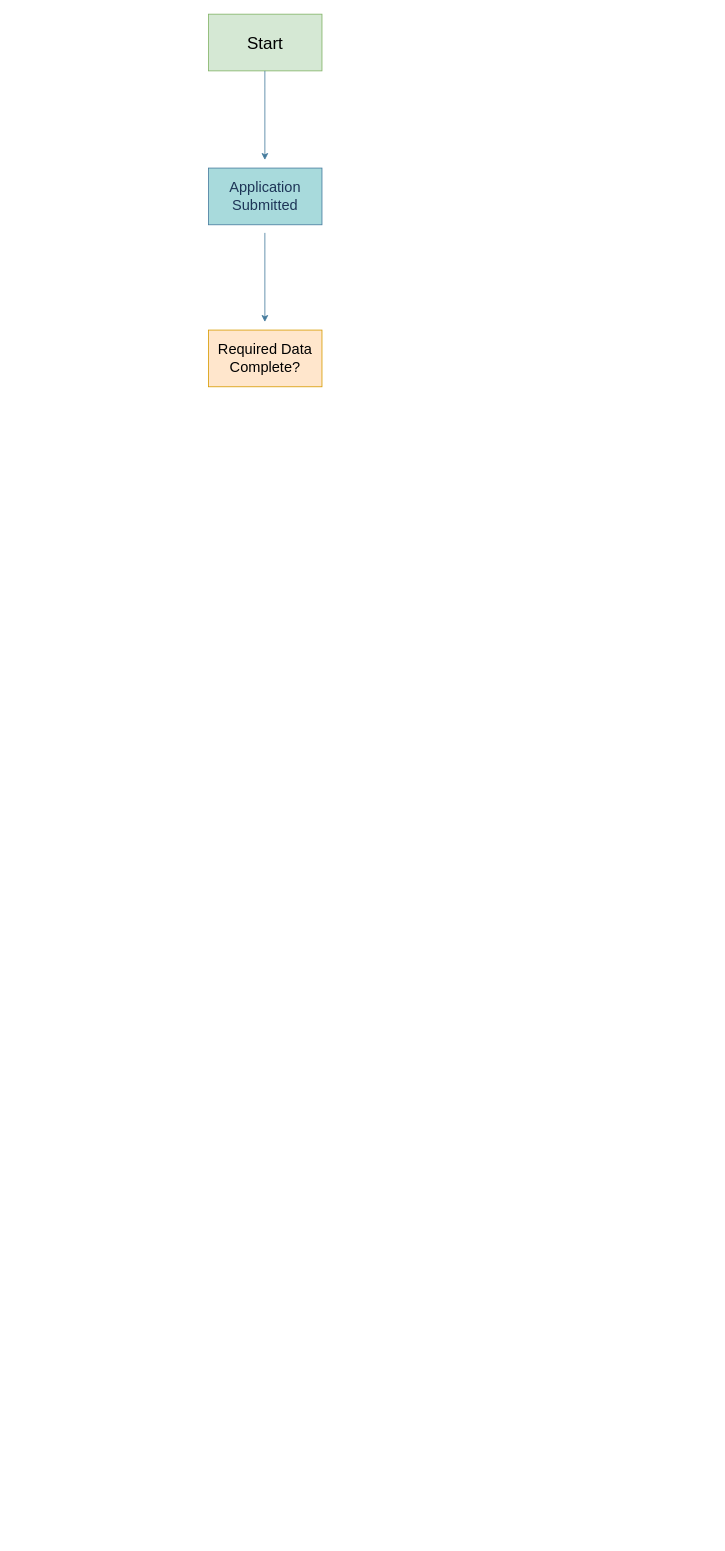
Before: Homelend AI Documents/Homelend AI Underwriting Decision Tree - Phase 0.drawio in Camleader/Homelend-AI, a draw.io diagram. Source tidied: cells renumbered, new cells numbered last; positions are measured from the earlier drawing's top-left corner, leaving out a move shared by most shapes. Both pictures are drawn from the tidied source at 81%, with x=0, y=0 at pixel (208, 14).
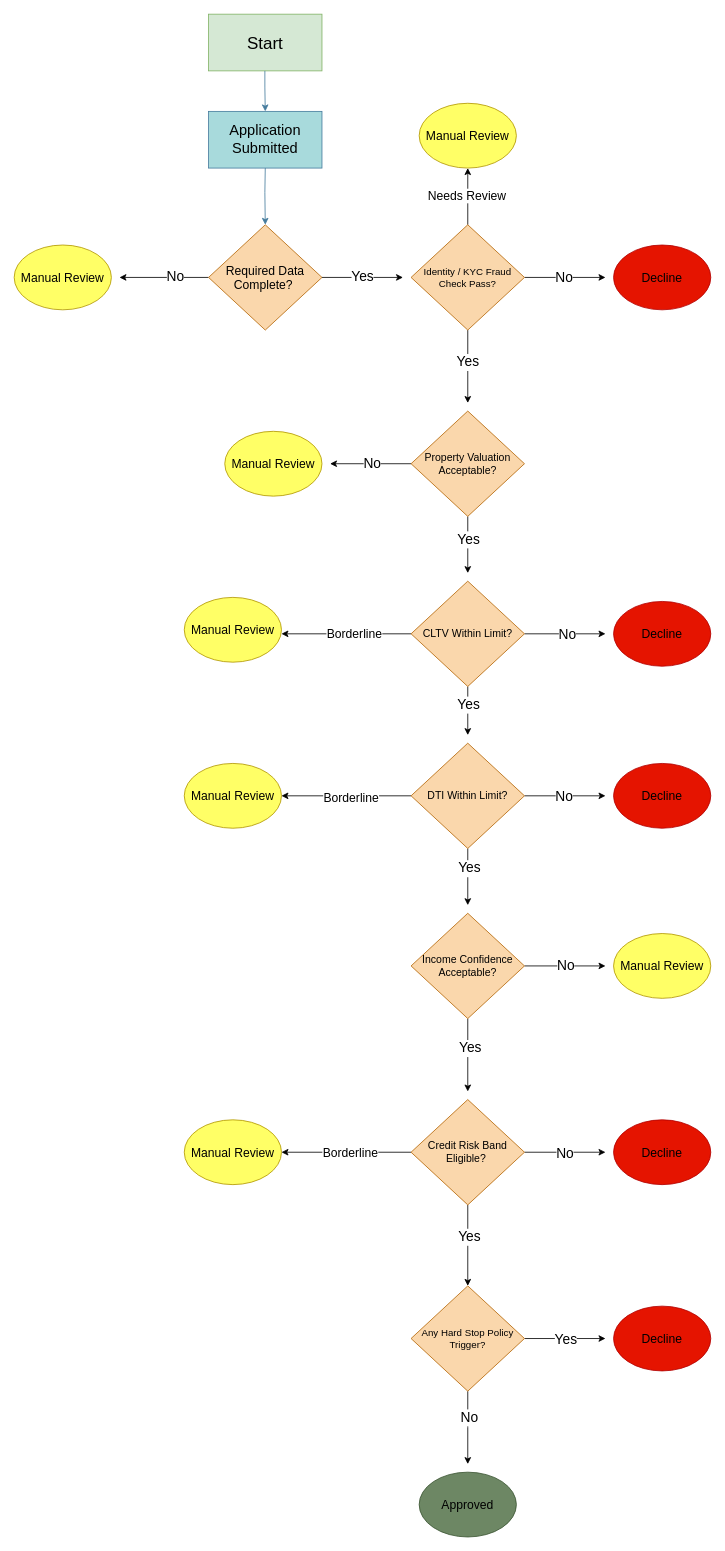
The same page after the edit.

Diff of the diagram source:
```diff
@@
     <mxCell id="3" style="endArrow=classic;html=1;rounded=0;strokeColor=#457B9D;fontColor=#1D3557;fillColor=#A8DADC;" parent="1" edge="1">
       <mxGeometry relative="1" as="geometry">
         <mxPoint x="69.5" y="70" as="sourcePoint" />
-        <mxPoint x="69.5" y="180" as="targetPoint" />
+        <mxPoint x="70" y="120" as="targetPoint" />
         <Array as="points">
           <mxPoint x="69.5" y="90" />
         </Array>
       </mxGeometry>
     </mxCell>
-    <mxCell id="4" value="&lt;font style=&quot;font-size: 18px;&quot;&gt;Application Submitted&lt;/font&gt;" style="rounded=0;whiteSpace=wrap;html=1;labelBackgroundColor=none;fillColor=#A8DADC;strokeColor=#457B9D;fontColor=#1D3557;" parent="1" vertex="1">
-      <mxGeometry y="190" width="140" height="70" as="geometry" />
+    <mxCell id="4" value="&lt;font style=&quot;font-size: 18px; color: rgb(0, 0, 0);&quot;&gt;Application Submitted&lt;/font&gt;" style="rounded=0;whiteSpace=wrap;html=1;labelBackgroundColor=none;fillColor=#A8DADC;strokeColor=#457B9D;fontColor=#1D3557;" parent="1" vertex="1">
+      <mxGeometry y="120" width="140" height="70" as="geometry" />
     </mxCell>
-    <mxCell id="5" style="endArrow=classic;html=1;rounded=0;strokeColor=#457B9D;fontColor=#1D3557;fillColor=#A8DADC;" parent="1" edge="1">
+    <mxCell id="5" style="endArrow=classic;html=1;rounded=0;strokeColor=#457B9D;fontColor=#1D3557;fillColor=#A8DADC;exitX=0.5;exitY=1;exitDx=0;exitDy=0;" parent="1" edge="1" source="4">
       <mxGeometry relative="1" as="geometry">
-        <mxPoint x="69.5" y="270" as="sourcePoint" />
-        <mxPoint x="69.5" y="380" as="targetPoint" />
+        <mxPoint x="70" y="260" as="targetPoint" />
         <Array as="points">
-          <mxPoint x="69.5" y="290" />
+          <mxPoint x="69.5" y="220" />
         </Array>
       </mxGeometry>
     </mxCell>
+    <mxCell id="7" value="&lt;font style=&quot;font-size: 17px;&quot;&gt;No&lt;/font&gt;" style="edgeStyle=orthogonalEdgeStyle;rounded=0;jettySize=auto;html=1;exitX=0;exitY=0.5;exitDx=0;exitDy=0;startSize=14;" parent="1" edge="1" source="6">
+      <mxGeometry x="-0.25" relative="1" as="geometry">
+        <mxPoint x="-110" y="325" as="targetPoint" />
+        <Array as="points">
+          <mxPoint x="-50" y="325" />
+          <mxPoint x="-50" y="325" />
+        </Array>
+      </mxGeometry>
+    </mxCell>
+    <mxCell id="8" value="&lt;font style=&quot;font-size: 17px;&quot;&gt;Yes&lt;/font&gt;" style="edgeStyle=orthogonalEdgeStyle;rounded=0;jettySize=auto;html=1;exitX=1;exitY=0.5;exitDx=0;exitDy=0;" parent="1" edge="1" source="6">
+      <mxGeometry relative="1" as="geometry">
+        <mxPoint x="240" y="325" as="targetPoint" />
+      </mxGeometry>
+    </mxCell>
-    <mxCell id="6" value="&lt;font style=&quot;font-size: 18px;&quot;&gt;Required Data Complete?&lt;/font&gt;" style="rounded=0;whiteSpace=wrap;html=1;labelBackgroundColor=none;fillColor=#ffe6cc;strokeColor=#d79b00;labelBorderColor=none;textShadow=0;" parent="1" vertex="1">
-      <mxGeometry y="390" width="140" height="70" as="geometry" />
+    <mxCell id="6" value="&lt;font style=&quot;font-size: 15px;&quot;&gt;Required Data Complete?&amp;nbsp;&lt;/font&gt;" style="rhombus;whiteSpace=wrap;html=1;fillColor=#fad7ac;strokeColor=#b46504;" parent="1" vertex="1">
+      <mxGeometry y="260" width="140" height="130" as="geometry" />
     </mxCell>
+    <mxCell id="9" value="&lt;font style=&quot;color: rgb(0, 0, 0); font-size: 15px;&quot;&gt;Manual Review&lt;/font&gt;" style="ellipse;whiteSpace=wrap;html=1;fillColor=#FFFF66;strokeColor=#B09500;fontColor=#000000;" parent="1" vertex="1">
+      <mxGeometry x="-240" y="285" width="120" height="80" as="geometry" />
+    </mxCell>
+    <mxCell id="10" style="edgeStyle=orthogonalEdgeStyle;rounded=0;jettySize=auto;html=1;exitX=1;exitY=0.5;exitDx=0;exitDy=0;" parent="1" edge="1" source="16">
+      <mxGeometry relative="1" as="geometry">
+        <mxPoint x="490" y="325" as="targetPoint" />
+      </mxGeometry>
+    </mxCell>
+    <mxCell id="11" value="&lt;font style=&quot;font-size: 17px;&quot;&gt;No&lt;/font&gt;" style="edgeLabel;html=1;align=center;verticalAlign=middle;" parent="10" vertex="1">
+      <mxGeometry x="-0.04" relative="1" as="geometry" />
+    </mxCell>
+    <mxCell id="12" style="edgeStyle=orthogonalEdgeStyle;rounded=0;jettySize=auto;html=1;" parent="1" edge="1" source="16">
+      <mxGeometry relative="1" as="geometry">
+        <mxPoint x="320" y="190" as="targetPoint" />
+      </mxGeometry>
+    </mxCell>
+    <mxCell id="13" value="&lt;font style=&quot;font-size: 15px;&quot;&gt;Needs Review&lt;/font&gt;" style="edgeLabel;html=1;align=center;verticalAlign=middle;" parent="12" vertex="1">
+      <mxGeometry x="0.05" y="2" relative="1" as="geometry" />
+    </mxCell>
+    <mxCell id="14" style="edgeStyle=orthogonalEdgeStyle;rounded=0;jettySize=auto;html=1;exitX=0.5;exitY=1;exitDx=0;exitDy=0;" parent="1" edge="1" source="16">
+      <mxGeometry relative="1" as="geometry">
+        <mxPoint x="320" y="480" as="targetPoint" />
+      </mxGeometry>
+    </mxCell>
+    <mxCell id="15" value="&lt;font style=&quot;font-size: 17px;&quot;&gt;Yes&lt;/font&gt;" style="edgeLabel;html=1;align=center;verticalAlign=middle;" parent="14" vertex="1">
+      <mxGeometry x="-0.14" y="-1" relative="1" as="geometry" />
+    </mxCell>
+    <mxCell id="16" value="&lt;font&gt;Identity / KYC Fraud Check Pass?&lt;/font&gt;" style="rhombus;whiteSpace=wrap;html=1;fillColor=#fad7ac;strokeColor=#b46504;" parent="1" vertex="1">
+      <mxGeometry x="250" y="260" width="140" height="130" as="geometry" />
+    </mxCell>
+    <mxCell id="17" value="&lt;font style=&quot;color: rgb(0, 0, 0); font-size: 15px;&quot;&gt;Decline&lt;/font&gt;" style="ellipse;whiteSpace=wrap;html=1;fillColor=#e51400;strokeColor=#B20000;fontColor=#ffffff;" parent="1" vertex="1">
+      <mxGeometry x="500" y="285" width="120" height="80" as="geometry" />
+    </mxCell>
+    <mxCell id="18" value="&lt;font style=&quot;color: rgb(0, 0, 0); font-size: 15px;&quot;&gt;Manual Review&lt;/font&gt;" style="ellipse;whiteSpace=wrap;html=1;fillColor=#FFFF66;strokeColor=#B09500;fontColor=#000000;" parent="1" vertex="1">
+      <mxGeometry x="260" y="110" width="120" height="80" as="geometry" />
+    </mxCell>
+    <mxCell id="19" style="edgeStyle=orthogonalEdgeStyle;rounded=0;jettySize=auto;html=1;" parent="1" edge="1" source="23">
+      <mxGeometry relative="1" as="geometry">
+        <mxPoint x="150" y="555" as="targetPoint" />
+      </mxGeometry>
+    </mxCell>
+    <mxCell id="20" value="&lt;font style=&quot;font-size: 17px;&quot;&gt;No&lt;/font&gt;" style="edgeLabel;html=1;align=center;verticalAlign=middle;" parent="19" vertex="1">
+      <mxGeometry x="-0.02" y="2" relative="1" as="geometry">
+        <mxPoint y="-2" as="offset" />
+      </mxGeometry>
+    </mxCell>
+    <mxCell id="21" style="edgeStyle=orthogonalEdgeStyle;rounded=0;jettySize=auto;html=1;" parent="1" edge="1" source="23">
+      <mxGeometry relative="1" as="geometry">
+        <mxPoint x="320" y="690" as="targetPoint" />
+      </mxGeometry>
+    </mxCell>
+    <mxCell id="22" value="&lt;font style=&quot;font-size: 17px;&quot;&gt;Yes&lt;/font&gt;" style="edgeLabel;html=1;align=center;verticalAlign=middle;" parent="21" vertex="1">
+      <mxGeometry x="-0.2" relative="1" as="geometry" />
+    </mxCell>
+    <mxCell id="23" value="&lt;font style=&quot;font-size: 13px;&quot;&gt;Property Valuation Acceptable?&lt;/font&gt;" style="rhombus;whiteSpace=wrap;html=1;fillColor=#fad7ac;strokeColor=#b46504;" parent="1" vertex="1">
+      <mxGeometry x="250" y="490" width="140" height="130" as="geometry" />
+    </mxCell>
+    <mxCell id="24" value="&lt;font style=&quot;color: rgb(0, 0, 0); font-size: 15px;&quot;&gt;Manual Review&lt;/font&gt;" style="ellipse;whiteSpace=wrap;html=1;fillColor=#FFFF66;strokeColor=#B09500;fontColor=#000000;" parent="1" vertex="1">
+      <mxGeometry x="20" y="515" width="120" height="80" as="geometry" />
+    </mxCell>
+    <mxCell id="25" style="edgeStyle=orthogonalEdgeStyle;rounded=0;jettySize=auto;html=1;exitX=1;exitY=0.5;exitDx=0;exitDy=0;" parent="1" edge="1" source="31">
+      <mxGeometry relative="1" as="geometry">
+        <mxPoint x="490" y="765" as="targetPoint" />
+      </mxGeometry>
+    </mxCell>
+    <mxCell id="26" value="&lt;font style=&quot;font-size: 17px;&quot;&gt;No&lt;/font&gt;" style="edgeLabel;html=1;align=center;verticalAlign=middle;" parent="25" vertex="1">
+      <mxGeometry x="0.06" y="-1" relative="1" as="geometry" />
+    </mxCell>
+    <mxCell id="27" style="edgeStyle=orthogonalEdgeStyle;rounded=0;jettySize=auto;html=1;" parent="1" edge="1" source="31">
+      <mxGeometry relative="1" as="geometry">
+        <mxPoint x="90" y="765" as="targetPoint" />
+      </mxGeometry>
+    </mxCell>
+    <mxCell id="28" value="&lt;font style=&quot;font-size: 15px;&quot;&gt;Borderline&lt;/font&gt;" style="edgeLabel;html=1;align=center;verticalAlign=middle;" parent="27" vertex="1">
+      <mxGeometry x="-0.12" y="-1" relative="1" as="geometry" />
+    </mxCell>
+    <mxCell id="29" style="edgeStyle=orthogonalEdgeStyle;rounded=0;jettySize=auto;html=1;" parent="1" edge="1" source="31">
+      <mxGeometry relative="1" as="geometry">
+        <mxPoint x="320" y="890" as="targetPoint" />
+      </mxGeometry>
+    </mxCell>
+    <mxCell id="30" value="&lt;font style=&quot;font-size: 17px;&quot;&gt;Yes&lt;/font&gt;" style="edgeLabel;html=1;align=center;verticalAlign=middle;" parent="29" vertex="1">
+      <mxGeometry x="-0.27" relative="1" as="geometry" />
+    </mxCell>
+    <mxCell id="31" value="&lt;font style=&quot;font-size: 13px;&quot;&gt;CLTV Within Limit?&lt;/font&gt;" style="rhombus;whiteSpace=wrap;html=1;fillColor=#fad7ac;strokeColor=#b46504;" parent="1" vertex="1">
+      <mxGeometry x="250" y="700" width="140" height="130" as="geometry" />
+    </mxCell>
+    <mxCell id="32" value="&lt;font style=&quot;color: rgb(0, 0, 0); font-size: 15px;&quot;&gt;Decline&lt;/font&gt;" style="ellipse;whiteSpace=wrap;html=1;fillColor=#e51400;strokeColor=#B20000;fontColor=#ffffff;" parent="1" vertex="1">
+      <mxGeometry x="500" y="725" width="120" height="80" as="geometry" />
+    </mxCell>
+    <mxCell id="33" value="&lt;font style=&quot;color: rgb(0, 0, 0); font-size: 15px;&quot;&gt;Manual Review&lt;/font&gt;" style="ellipse;whiteSpace=wrap;html=1;fillColor=#FFFF66;strokeColor=#B09500;fontColor=#000000;" parent="1" vertex="1">
+      <mxGeometry x="-30" y="720" width="120" height="80" as="geometry" />
+    </mxCell>
+    <mxCell id="34" style="edgeStyle=orthogonalEdgeStyle;rounded=0;jettySize=auto;html=1;exitX=1;exitY=0.5;exitDx=0;exitDy=0;" parent="1" edge="1" source="40">
+      <mxGeometry relative="1" as="geometry">
+        <mxPoint x="490" y="965" as="targetPoint" />
+      </mxGeometry>
+    </mxCell>
+    <mxCell id="35" value="&lt;font style=&quot;font-size: 17px;&quot;&gt;No&lt;/font&gt;" style="edgeLabel;html=1;align=center;verticalAlign=middle;" parent="34" vertex="1">
+      <mxGeometry x="-0.04" y="-1" relative="1" as="geometry" />
+    </mxCell>
+    <mxCell id="36" style="edgeStyle=orthogonalEdgeStyle;rounded=0;jettySize=auto;html=1;exitX=0;exitY=0.5;exitDx=0;exitDy=0;" parent="1" edge="1" source="40">
+      <mxGeometry relative="1" as="geometry">
+        <mxPoint x="90" y="965" as="targetPoint" />
+      </mxGeometry>
+    </mxCell>
+    <mxCell id="37" value="&lt;font style=&quot;font-size: 15px;&quot;&gt;Borderline&lt;/font&gt;" style="edgeLabel;html=1;align=center;verticalAlign=middle;" parent="36" vertex="1">
+      <mxGeometry x="-0.07" y="1" relative="1" as="geometry" />
+    </mxCell>
+    <mxCell id="38" style="edgeStyle=orthogonalEdgeStyle;rounded=0;jettySize=auto;html=1;exitX=0.5;exitY=1;exitDx=0;exitDy=0;" parent="1" edge="1" source="40">
+      <mxGeometry relative="1" as="geometry">
+        <mxPoint x="320" y="1100" as="targetPoint" />
+      </mxGeometry>
+    </mxCell>
+    <mxCell id="39" value="&lt;font style=&quot;font-size: 17px;&quot;&gt;Yes&lt;/font&gt;" style="edgeLabel;html=1;align=center;verticalAlign=middle;" parent="38" vertex="1">
+      <mxGeometry x="-0.32" y="1" relative="1" as="geometry" />
+    </mxCell>
+    <mxCell id="40" value="&lt;font style=&quot;font-size: 13px;&quot;&gt;DTI Within Limit?&lt;/font&gt;" style="rhombus;whiteSpace=wrap;html=1;fillColor=#fad7ac;strokeColor=#b46504;" parent="1" vertex="1">
+      <mxGeometry x="250" y="900" width="140" height="130" as="geometry" />
+    </mxCell>
+    <mxCell id="41" value="&lt;font style=&quot;color: rgb(0, 0, 0); font-size: 15px;&quot;&gt;Decline&lt;/font&gt;" style="ellipse;whiteSpace=wrap;html=1;fillColor=#e51400;strokeColor=#B20000;fontColor=#ffffff;" parent="1" vertex="1">
+      <mxGeometry x="500" y="925" width="120" height="80" as="geometry" />
+    </mxCell>
+    <mxCell id="42" value="&lt;font style=&quot;color: rgb(0, 0, 0); font-size: 15px;&quot;&gt;Manual Review&lt;/font&gt;" style="ellipse;whiteSpace=wrap;html=1;fillColor=#FFFF66;strokeColor=#B09500;fontColor=#000000;" parent="1" vertex="1">
+      <mxGeometry x="-30" y="925" width="120" height="80" as="geometry" />
+    </mxCell>
+    <mxCell id="43" style="edgeStyle=orthogonalEdgeStyle;rounded=0;jettySize=auto;html=1;exitX=1;exitY=0.5;exitDx=0;exitDy=0;" parent="1" edge="1" source="47">
+      <mxGeometry relative="1" as="geometry">
+        <mxPoint x="490" y="1175" as="targetPoint" />
+      </mxGeometry>
+    </mxCell>
+    <mxCell id="44" value="&lt;font style=&quot;font-size: 17px;&quot;&gt;No&lt;/font&gt;" style="edgeLabel;html=1;align=center;verticalAlign=middle;" parent="43" vertex="1">
+      <mxGeometry relative="1" as="geometry" />
+    </mxCell>
+    <mxCell id="45" style="edgeStyle=orthogonalEdgeStyle;rounded=0;jettySize=auto;html=1;exitX=0.5;exitY=1;exitDx=0;exitDy=0;" parent="1" edge="1" source="47">
+      <mxGeometry relative="1" as="geometry">
+        <mxPoint x="320" y="1330" as="targetPoint" />
+      </mxGeometry>
+    </mxCell>
+    <mxCell id="46" value="&lt;font style=&quot;font-size: 17px;&quot;&gt;Yes&lt;/font&gt;" style="edgeLabel;html=1;align=center;verticalAlign=middle;" parent="45" vertex="1">
+      <mxGeometry x="-0.2" y="2" relative="1" as="geometry" />
+    </mxCell>
+    <mxCell id="47" value="&lt;span style=&quot;font-size: 13px;&quot;&gt;Income Confidence Acceptable?&lt;/span&gt;" style="rhombus;whiteSpace=wrap;html=1;fillColor=#fad7ac;strokeColor=#b46504;" parent="1" vertex="1">
+      <mxGeometry x="250" y="1110" width="140" height="130" as="geometry" />
+    </mxCell>
+    <mxCell id="48" value="&lt;font style=&quot;color: rgb(0, 0, 0); font-size: 15px;&quot;&gt;Manual Review&lt;/font&gt;" style="ellipse;whiteSpace=wrap;html=1;fillColor=#FFFF66;strokeColor=#B09500;fontColor=#000000;" parent="1" vertex="1">
+      <mxGeometry x="500" y="1135" width="120" height="80" as="geometry" />
+    </mxCell>
+    <mxCell id="49" style="edgeStyle=orthogonalEdgeStyle;rounded=0;jettySize=auto;html=1;exitX=1;exitY=0.5;exitDx=0;exitDy=0;" parent="1" edge="1" source="55">
+      <mxGeometry relative="1" as="geometry">
+        <mxPoint x="490" y="1405" as="targetPoint" />
+      </mxGeometry>
+    </mxCell>
+    <mxCell id="50" value="&lt;font style=&quot;font-size: 17px;&quot;&gt;No&lt;/font&gt;" style="edgeLabel;html=1;align=center;verticalAlign=middle;" parent="49" vertex="1">
+      <mxGeometry x="-0.02" y="-2" relative="1" as="geometry" />
+    </mxCell>
+    <mxCell id="51" style="edgeStyle=orthogonalEdgeStyle;rounded=0;jettySize=auto;html=1;exitX=0;exitY=0.5;exitDx=0;exitDy=0;" parent="1" edge="1" source="55">
+      <mxGeometry relative="1" as="geometry">
+        <mxPoint x="90" y="1405" as="targetPoint" />
+      </mxGeometry>
+    </mxCell>
+    <mxCell id="52" value="&lt;font style=&quot;font-size: 15px;&quot;&gt;Borderline&lt;/font&gt;" style="edgeLabel;html=1;align=center;verticalAlign=middle;" parent="51" vertex="1">
+      <mxGeometry x="-0.05" relative="1" as="geometry" />
+    </mxCell>
+    <mxCell id="53" style="edgeStyle=orthogonalEdgeStyle;rounded=0;jettySize=auto;html=1;exitX=0.5;exitY=1;exitDx=0;exitDy=0;entryX=0.5;entryY=0;entryDx=0;entryDy=0;" parent="1" edge="1" source="55" target="62">
+      <mxGeometry relative="1" as="geometry" />
+    </mxCell>
+    <mxCell id="54" value="&lt;font style=&quot;font-size: 17px;&quot;&gt;Yes&lt;/font&gt;" style="edgeLabel;html=1;align=center;verticalAlign=middle;" parent="53" vertex="1">
+      <mxGeometry x="-0.23" y="1" relative="1" as="geometry" />
+    </mxCell>
+    <mxCell id="55" value="&lt;span style=&quot;font-size: 13px;&quot;&gt;Credit Risk Band Eligible?&amp;nbsp;&lt;/span&gt;" style="rhombus;whiteSpace=wrap;html=1;fillColor=#fad7ac;strokeColor=#b46504;" parent="1" vertex="1">
+      <mxGeometry x="250" y="1340" width="140" height="130" as="geometry" />
+    </mxCell>
+    <mxCell id="56" value="&lt;font style=&quot;color: rgb(0, 0, 0); font-size: 15px;&quot;&gt;Decline&lt;/font&gt;" style="ellipse;whiteSpace=wrap;html=1;fillColor=#e51400;strokeColor=#B20000;fontColor=#ffffff;" parent="1" vertex="1">
+      <mxGeometry x="500" y="1365" width="120" height="80" as="geometry" />
+    </mxCell>
+    <mxCell id="57" value="&lt;font style=&quot;color: rgb(0, 0, 0); font-size: 15px;&quot;&gt;Manual Review&lt;/font&gt;" style="ellipse;whiteSpace=wrap;html=1;fillColor=#FFFF66;strokeColor=#B09500;fontColor=#000000;" parent="1" vertex="1">
+      <mxGeometry x="-30" y="1365" width="120" height="80" as="geometry" />
+    </mxCell>
+    <mxCell id="58" style="edgeStyle=orthogonalEdgeStyle;rounded=0;jettySize=auto;html=1;exitX=1;exitY=0.5;exitDx=0;exitDy=0;" parent="1" edge="1" source="62">
+      <mxGeometry relative="1" as="geometry">
+        <mxPoint x="490" y="1635" as="targetPoint" />
+      </mxGeometry>
+    </mxCell>
+    <mxCell id="59" value="&lt;font style=&quot;font-size: 17px;&quot;&gt;Yes&lt;/font&gt;" style="edgeLabel;html=1;align=center;verticalAlign=middle;" parent="58" vertex="1">
+      <mxGeometry x="0.02" y="-1" relative="1" as="geometry" />
+    </mxCell>
+    <mxCell id="60" style="edgeStyle=orthogonalEdgeStyle;rounded=0;jettySize=auto;html=1;exitX=0.5;exitY=1;exitDx=0;exitDy=0;" parent="1" edge="1" source="62">
+      <mxGeometry relative="1" as="geometry">
+        <mxPoint x="320" y="1790" as="targetPoint" />
+      </mxGeometry>
+    </mxCell>
+    <mxCell id="61" value="&lt;font style=&quot;font-size: 17px;&quot;&gt;No&lt;/font&gt;" style="edgeLabel;html=1;align=center;verticalAlign=middle;" parent="60" vertex="1">
+      <mxGeometry x="-0.29" y="1" relative="1" as="geometry" />
+    </mxCell>
+    <mxCell id="62" value="&lt;font&gt;Any Hard Stop Policy Trigger?&lt;/font&gt;" style="rhombus;whiteSpace=wrap;html=1;fillColor=#fad7ac;strokeColor=#b46504;" parent="1" vertex="1">
+      <mxGeometry x="250" y="1570" width="140" height="130" as="geometry" />
+    </mxCell>
+    <mxCell id="63" value="&lt;font style=&quot;color: rgb(0, 0, 0); font-size: 15px;&quot;&gt;Decline&lt;/font&gt;" style="ellipse;whiteSpace=wrap;html=1;fillColor=#e51400;strokeColor=#B20000;fontColor=#ffffff;" parent="1" vertex="1">
+      <mxGeometry x="500" y="1595" width="120" height="80" as="geometry" />
+    </mxCell>
+    <mxCell id="64" value="&lt;font style=&quot;color: rgb(0, 0, 0); font-size: 15px;&quot;&gt;Approved&lt;/font&gt;" style="ellipse;whiteSpace=wrap;html=1;fillColor=#6d8764;strokeColor=#3A5431;fontColor=#ffffff;" parent="1" vertex="1">
+      <mxGeometry x="260" y="1800" width="120" height="80" as="geometry" />
+    </mxCell>
```
